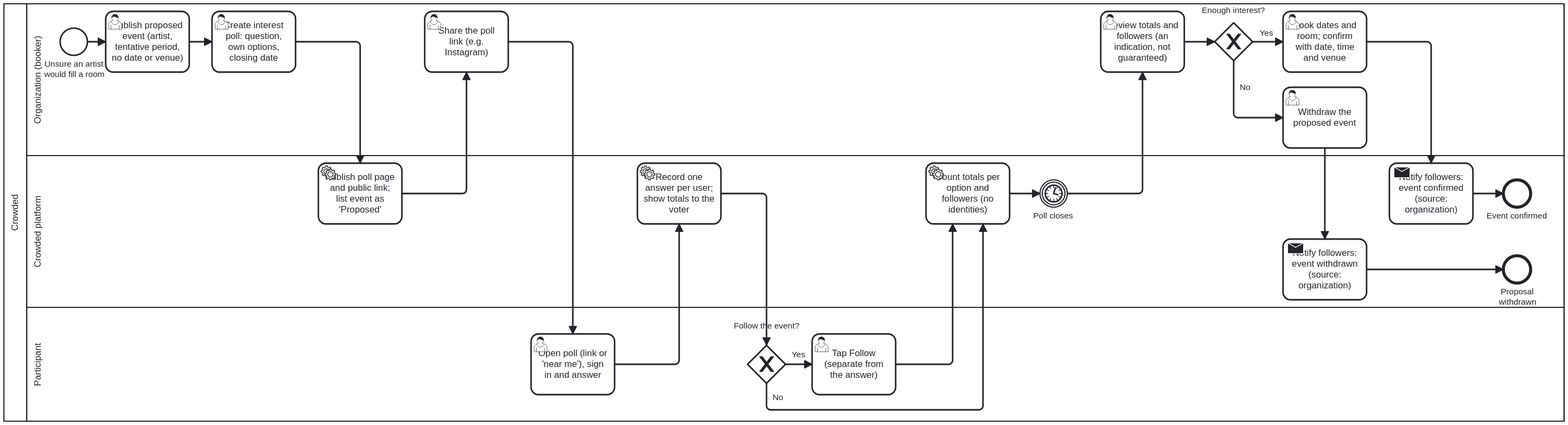
Earlier version of the BPMN export docs/deliverables/images/workflow-3a-organization-before-event.svg (andrereis26/crowded-labdsof). Its source is kept beside it as docs/deliverables/bpmn/workflow-3a-organization-before-event.bpmn. Ids are renumbered.
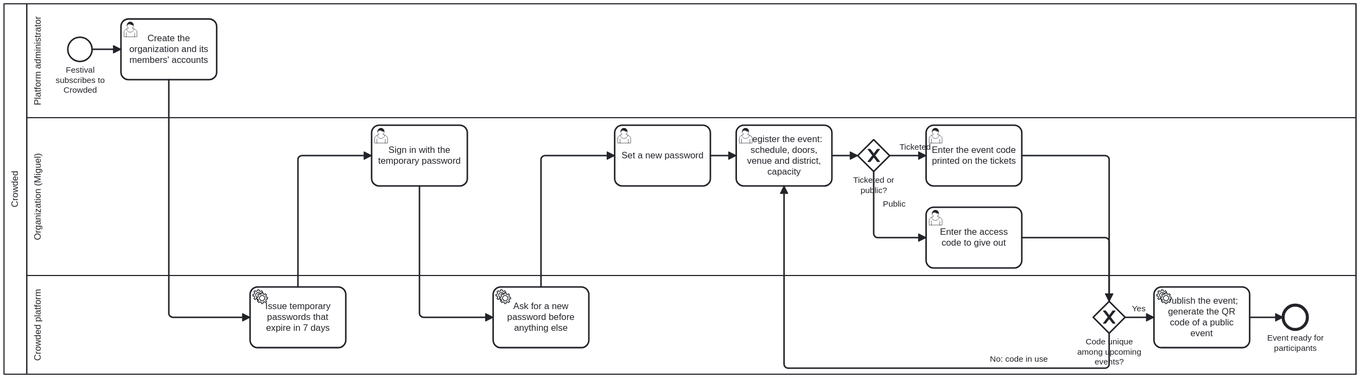
After the change.

What changed in the source:
```diff
@@ -1,176 +1,131 @@
 <bpmn:definitions xmlns:bpmn="http://www.omg.org/spec/BPMN/20100524/MODEL" xmlns:bpmndi="http://www.omg.org/spec/BPMN/20100524/DI" xmlns:dc="http://www.omg.org/spec/DD/20100524/DC" xmlns:di="http://www.omg.org/spec/DD/20100524/DI" xmlns:bioc="http://bpmn.io/schema/bpmn/biocolor/1.0" xmlns:color="http://www.omg.org/spec/BPMN/non-normative/color/1.0" id="Defs_workflow_3a_organization_before_event" targetNamespace="https://crowded.example/bpmn" exporter="crowded-labdsof" exporterVersion="1.0">
   <bpmn:collaboration id="Collab">
-    <bpmn:participant id="Pool_crowded" name="Crowded" processRef="Proc_crowded" />
+    <bpmn:participant id="Pool_crowded" name="Crowded" processRef="Proc_Pool_crowded" />
   </bpmn:collaboration>
-  <bpmn:process id="Proc_crowded" isExecutable="false">
-    <bpmn:laneSet id="LaneSet_Proc_crowded">
-      <bpmn:lane id="Lane_O" name="Organization (booker)">
+  <bpmn:process id="Proc_Pool_crowded" isExecutable="false">
+    <bpmn:laneSet id="LaneSet_Pool_crowded">
+      <bpmn:lane id="Lane_A" name="Platform administrator">
         <bpmn:flowNodeRef>s</bpmn:flowNodeRef>
-        <bpmn:flowNodeRef>t1</bpmn:flowNodeRef>
-        <bpmn:flowNodeRef>t2</bpmn:flowNodeRef>
-        <bpmn:flowNodeRef>t3</bpmn:flowNodeRef>
-        <bpmn:flowNodeRef>t4</bpmn:flowNodeRef>
-        <bpmn:flowNodeRef>gO</bpmn:flowNodeRef>
-        <bpmn:flowNodeRef>t5</bpmn:flowNodeRef>
-        <bpmn:flowNodeRef>t6</bpmn:flowNodeRef>
+        <bpmn:flowNodeRef>a1</bpmn:flowNodeRef>
+      </bpmn:lane>
+      <bpmn:lane id="Lane_O" name="Organization (Miguel)">
+        <bpmn:flowNodeRef>o1</bpmn:flowNodeRef>
+        <bpmn:flowNodeRef>o2</bpmn:flowNodeRef>
+        <bpmn:flowNodeRef>o3</bpmn:flowNodeRef>
+        <bpmn:flowNodeRef>gT</bpmn:flowNodeRef>
+        <bpmn:flowNodeRef>o4</bpmn:flowNodeRef>
+        <bpmn:flowNodeRef>o5</bpmn:flowNodeRef>
       </bpmn:lane>
       <bpmn:lane id="Lane_C" name="Crowded platform">
         <bpmn:flowNodeRef>c1</bpmn:flowNodeRef>
         <bpmn:flowNodeRef>c2</bpmn:flowNodeRef>
         <bpmn:flowNodeRef>c3</bpmn:flowNodeRef>
-        <bpmn:flowNodeRef>ti</bpmn:flowNodeRef>
         <bpmn:flowNodeRef>c4</bpmn:flowNodeRef>
-        <bpmn:flowNodeRef>c5</bpmn:flowNodeRef>
-        <bpmn:flowNodeRef>e1</bpmn:flowNodeRef>
-        <bpmn:flowNodeRef>e2</bpmn:flowNodeRef>
-      </bpmn:lane>
-      <bpmn:lane id="Lane_P" name="Participant">
-        <bpmn:flowNodeRef>p1</bpmn:flowNodeRef>
-        <bpmn:flowNodeRef>gP</bpmn:flowNodeRef>
-        <bpmn:flowNodeRef>p3</bpmn:flowNodeRef>
+        <bpmn:flowNodeRef>e</bpmn:flowNodeRef>
       </bpmn:lane>
     </bpmn:laneSet>
-    <bpmn:startEvent id="s" name="Unsure an artist would fill a room">
+    <bpmn:startEvent id="s" name="Festival subscribes to Crowded">
       <bpmn:outgoing>Flow_1</bpmn:outgoing>
     </bpmn:startEvent>
-    <bpmn:userTask id="t1" name="Publish proposed event (artist, tentative period, no date or venue)">
+    <bpmn:userTask id="a1" name="Create the organization and its members' accounts">
       <bpmn:incoming>Flow_1</bpmn:incoming>
       <bpmn:outgoing>Flow_2</bpmn:outgoing>
     </bpmn:userTask>
-    <bpmn:userTask id="t2" name="Create interest poll: question, own options, closing date">
+    <bpmn:serviceTask id="c1" name="Issue temporary passwords that expire in 7 days">
       <bpmn:incoming>Flow_2</bpmn:incoming>
       <bpmn:outgoing>Flow_3</bpmn:outgoing>
-    </bpmn:userTask>
-    <bpmn:serviceTask id="c1" name="Publish poll page and public link; list event as &#x27;Proposed&#x27;">
+    </bpmn:serviceTask>
+    <bpmn:userTask id="o1" name="Sign in with the temporary password">
       <bpmn:incoming>Flow_3</bpmn:incoming>
       <bpmn:outgoing>Flow_4</bpmn:outgoing>
-    </bpmn:serviceTask>
-    <bpmn:userTask id="t3" name="Share the poll link (e.g. Instagram)">
+    </bpmn:userTask>
+    <bpmn:serviceTask id="c2" name="Ask for a new password before anything else">
       <bpmn:incoming>Flow_4</bpmn:incoming>
       <bpmn:outgoing>Flow_5</bpmn:outgoing>
-    </bpmn:userTask>
-    <bpmn:userTask id="p1" name="Open poll (link or &#x27;near me&#x27;), sign in and answer">
+    </bpmn:serviceTask>
+    <bpmn:userTask id="o2" name="Set a new password">
       <bpmn:incoming>Flow_5</bpmn:incoming>
       <bpmn:outgoing>Flow_6</bpmn:outgoing>
     </bpmn:userTask>
-    <bpmn:serviceTask id="c2" name="Record one answer per user; show totals to the voter">
+    <bpmn:userTask id="o3" name="Register the event: schedule, doors, venue and district, capacity">
       <bpmn:incoming>Flow_6</bpmn:incoming>
+      <bpmn:incoming>Flow_13</bpmn:incoming>
       <bpmn:outgoing>Flow_7</bpmn:outgoing>
-    </bpmn:serviceTask>
-    <bpmn:exclusiveGateway id="gP" name="Follow the event?">
+    </bpmn:userTask>
+    <bpmn:exclusiveGateway id="gT" name="Ticketed or public?">
       <bpmn:incoming>Flow_7</bpmn:incoming>
       <bpmn:outgoing>Flow_8</bpmn:outgoing>
       <bpmn:outgoing>Flow_9</bpmn:outgoing>
     </bpmn:exclusiveGateway>
-    <bpmn:userTask id="p3" name="Tap Follow (separate from the answer)">
+    <bpmn:userTask id="o4" name="Enter the event code printed on the tickets">
       <bpmn:incoming>Flow_8</bpmn:incoming>
       <bpmn:outgoing>Flow_10</bpmn:outgoing>
     </bpmn:userTask>
-    <bpmn:serviceTask id="c3" name="Count totals per option and followers (no identities)">
+    <bpmn:userTask id="o5" name="Enter the access code to give out">
       <bpmn:incoming>Flow_9</bpmn:incoming>
+      <bpmn:outgoing>Flow_11</bpmn:outgoing>
+    </bpmn:userTask>
+    <bpmn:exclusiveGateway id="c3" name="Code unique among upcoming events?">
       <bpmn:incoming>Flow_10</bpmn:incoming>
-      <bpmn:outgoing>Flow_11</bpmn:outgoing>
-    </bpmn:serviceTask>
-    <bpmn:intermediateCatchEvent id="ti" name="Poll closes">
       <bpmn:incoming>Flow_11</bpmn:incoming>
       <bpmn:outgoing>Flow_12</bpmn:outgoing>
-      <bpmn:timerEventDefinition id="ti_timer" />
-    </bpmn:intermediateCatchEvent>
-    <bpmn:userTask id="t4" name="Review totals and followers (an indication, not guaranteed)">
+      <bpmn:outgoing>Flow_13</bpmn:outgoing>
+    </bpmn:exclusiveGateway>
+    <bpmn:serviceTask id="c4" name="Publish the event; generate the QR code of a public event">
       <bpmn:incoming>Flow_12</bpmn:incoming>
-      <bpmn:outgoing>Flow_13</bpmn:outgoing>
-    </bpmn:userTask>
-    <bpmn:exclusiveGateway id="gO" name="Enough interest?">
-      <bpmn:incoming>Flow_13</bpmn:incoming>
       <bpmn:outgoing>Flow_14</bpmn:outgoing>
-      <bpmn:outgoing>Flow_15</bpmn:outgoing>
-    </bpmn:exclusiveGateway>
-    <bpmn:userTask id="t5" name="Book dates and room; confirm with date, time and venue">
+    </bpmn:serviceTask>
+    <bpmn:endEvent id="e" name="Event ready for participants">
       <bpmn:incoming>Flow_14</bpmn:incoming>
-      <bpmn:outgoing>Flow_16</bpmn:outgoing>
-    </bpmn:userTask>
-    <bpmn:userTask id="t6" name="Withdraw the proposed event">
-      <bpmn:incoming>Flow_15</bpmn:incoming>
-      <bpmn:outgoing>Flow_17</bpmn:outgoing>
-    </bpmn:userTask>
-    <bpmn:sendTask id="c4" name="Notify followers: event confirmed (source: organization)">
-      <bpmn:incoming>Flow_16</bpmn:incoming>
-      <bpmn:outgoing>Flow_18</bpmn:outgoing>
-    </bpmn:sendTask>
-    <bpmn:sendTask id="c5" name="Notify followers: event withdrawn (source: organization)">
-      <bpmn:incoming>Flow_17</bpmn:incoming>
-      <bpmn:outgoing>Flow_19</bpmn:outgoing>
-    </bpmn:sendTask>
-    <bpmn:endEvent id="e1" name="Event confirmed">
-      <bpmn:incoming>Flow_18</bpmn:incoming>
     </bpmn:endEvent>
-    <bpmn:endEvent id="e2" name="Proposal withdrawn">
-      <bpmn:incoming>Flow_19</bpmn:incoming>
-    </bpmn:endEvent>
-    <bpmn:sequenceFlow id="Flow_1" sourceRef="s" targetRef="t1" />
-    <bpmn:sequenceFlow id="Flow_2" sourceRef="t1" targetRef="t2" />
-    <bpmn:sequenceFlow id="Flow_3" sourceRef="t2" targetRef="c1" />
-    <bpmn:sequenceFlow id="Flow_4" sourceRef="c1" targetRef="t3" />
-    <bpmn:sequenceFlow id="Flow_5" sourceRef="t3" targetRef="p1" />
-    <bpmn:sequenceFlow id="Flow_6" sourceRef="p1" targetRef="c2" />
-    <bpmn:sequenceFlow id="Flow_7" sourceRef="c2" targetRef="gP" />
-    <bpmn:sequenceFlow id="Flow_8" name="Yes" sourceRef="gP" targetRef="p3" />
-    <bpmn:sequenceFlow id="Flow_9" name="No" sourceRef="gP" targetRef="c3" />
-    <bpmn:sequenceFlow id="Flow_10" sourceRef="p3" targetRef="c3" />
-    <bpmn:sequenceFlow id="Flow_11" sourceRef="c3" targetRef="ti" />
-    <bpmn:sequenceFlow id="Flow_12" sourceRef="ti" targetRef="t4" />
-    <bpmn:sequenceFlow id="Flow_13" sourceRef="t4" targetRef="gO" />
-    <bpmn:sequenceFlow id="Flow_14" name="Yes" sourceRef="gO" targetRef="t5" />
-    <bpmn:sequenceFlow id="Flow_15" name="No" sourceRef="gO" targetRef="t6" />
-    <bpmn:sequenceFlow id="Flow_16" sourceRef="t5" targetRef="c4" />
-    <bpmn:sequenceFlow id="Flow_17" sourceRef="t6" targetRef="c5" />
-    <bpmn:sequenceFlow id="Flow_18" sourceRef="c4" targetRef="e1" />
-    <bpmn:sequenceFlow id="Flow_19" sourceRef="c5" targetRef="e2" />
+    <bpmn:sequenceFlow id="Flow_1" sourceRef="s" targetRef="a1" />
+    <bpmn:sequenceFlow id="Flow_2" sourceRef="a1" targetRef="c1" />
+    <bpmn:sequenceFlow id="Flow_3" sourceRef="c1" targetRef="o1" />
+    <bpmn:sequenceFlow id="Flow_4" sourceRef="o1" targetRef="c2" />
+    <bpmn:sequenceFlow id="Flow_5" sourceRef="c2" targetRef="o2" />
+    <bpmn:sequenceFlow id="Flow_6" sourceRef="o2" targetRef="o3" />
+    <bpmn:sequenceFlow id="Flow_7" sourceRef="o3" targetRef="gT" />
+    <bpmn:sequenceFlow id="Flow_8" name="Ticketed" sourceRef="gT" targetRef="o4" />
+    <bpmn:sequenceFlow id="Flow_9" name="Public" sourceRef="gT" targetRef="o5" />
+    <bpmn:sequenceFlow id="Flow_10" sourceRef="o4" targetRef="c3" />
+    <bpmn:sequenceFlow id="Flow_11" sourceRef="o5" targetRef="c3" />
+    <bpmn:sequenceFlow id="Flow_12" name="Yes" sourceRef="c3" targetRef="c4" />
+    <bpmn:sequenceFlow id="Flow_13" name="No: code in use" sourceRef="c3" targetRef="o3" />
+    <bpmn:sequenceFlow id="Flow_14" sourceRef="c4" targetRef="e" />
   </bpmn:process>
   <bpmndi:BPMNDiagram id="Diagram">
     <bpmndi:BPMNPlane id="Plane" bpmnElement="Collab">
-      <bpmndi:BPMNShape id="Pool_crowded_di" bpmnElement="Pool_crowded" isHorizontal="true"><dc:Bounds x="16" y="16" width="2054" height="550" /></bpmndi:BPMNShape>
-      <bpmndi:BPMNShape id="Lane_O_di" bpmnElement="Lane_O" isHorizontal="true"><dc:Bounds x="46" y="16" width="2024" height="200" /></bpmndi:BPMNShape>
-      <bpmndi:BPMNShape id="Lane_C_di" bpmnElement="Lane_C" isHorizontal="true"><dc:Bounds x="46" y="216" width="2024" height="200" /></bpmndi:BPMNShape>
-      <bpmndi:BPMNShape id="Lane_P_di" bpmnElement="Lane_P" isHorizontal="true"><dc:Bounds x="46" y="416" width="2024" height="150" /></bpmndi:BPMNShape>
-      <bpmndi:BPMNShape id="s_di" bpmnElement="s"><dc:Bounds x="90" y="48" width="36" height="36" /><bpmndi:BPMNLabel><dc:Bounds x="63" y="89" width="90" height="27" /></bpmndi:BPMNLabel></bpmndi:BPMNShape>
-      <bpmndi:BPMNShape id="t1_di" bpmnElement="t1"><dc:Bounds x="150" y="26" width="110" height="80" /></bpmndi:BPMNShape>
-      <bpmndi:BPMNShape id="t2_di" bpmnElement="t2"><dc:Bounds x="290" y="26" width="110" height="80" /></bpmndi:BPMNShape>
-      <bpmndi:BPMNShape id="c1_di" bpmnElement="c1"><dc:Bounds x="430" y="226" width="110" height="80" /></bpmndi:BPMNShape>
-      <bpmndi:BPMNShape id="t3_di" bpmnElement="t3"><dc:Bounds x="570" y="26" width="110" height="80" /></bpmndi:BPMNShape>
-      <bpmndi:BPMNShape id="p1_di" bpmnElement="p1"><dc:Bounds x="710" y="451" width="110" height="80" /></bpmndi:BPMNShape>
-      <bpmndi:BPMNShape id="c2_di" bpmnElement="c2"><dc:Bounds x="850" y="226" width="110" height="80" /></bpmndi:BPMNShape>
-      <bpmndi:BPMNShape id="gP_di" bpmnElement="gP" isMarkerVisible="true"><dc:Bounds x="995" y="466" width="50" height="50" /><bpmndi:BPMNLabel><dc:Bounds x="960" y="434" width="120" height="27" /></bpmndi:BPMNLabel></bpmndi:BPMNShape>
-      <bpmndi:BPMNShape id="p3_di" bpmnElement="p3"><dc:Bounds x="1080" y="451" width="110" height="80" /></bpmndi:BPMNShape>
-      <bpmndi:BPMNShape id="c3_di" bpmnElement="c3"><dc:Bounds x="1230" y="226" width="110" height="80" /></bpmndi:BPMNShape>
-      <bpmndi:BPMNShape id="ti_di" bpmnElement="ti"><dc:Bounds x="1380" y="248" width="36" height="36" /><bpmndi:BPMNLabel><dc:Bounds x="1353" y="289" width="90" height="27" /></bpmndi:BPMNLabel></bpmndi:BPMNShape>
-      <bpmndi:BPMNShape id="t4_di" bpmnElement="t4"><dc:Bounds x="1460" y="26" width="110" height="80" /></bpmndi:BPMNShape>
-      <bpmndi:BPMNShape id="gO_di" bpmnElement="gO" isMarkerVisible="true"><dc:Bounds x="1610" y="41" width="50" height="50" /><bpmndi:BPMNLabel><dc:Bounds x="1575" y="18" width="120" height="27" /></bpmndi:BPMNLabel></bpmndi:BPMNShape>
-      <bpmndi:BPMNShape id="t5_di" bpmnElement="t5"><dc:Bounds x="1700" y="26" width="110" height="80" /></bpmndi:BPMNShape>
-      <bpmndi:BPMNShape id="t6_di" bpmnElement="t6"><dc:Bounds x="1700" y="126" width="110" height="80" /></bpmndi:BPMNShape>
-      <bpmndi:BPMNShape id="c4_di" bpmnElement="c4"><dc:Bounds x="1840" y="226" width="110" height="80" /></bpmndi:BPMNShape>
-      <bpmndi:BPMNShape id="c5_di" bpmnElement="c5"><dc:Bounds x="1700" y="326" width="110" height="80" /></bpmndi:BPMNShape>
-      <bpmndi:BPMNShape id="e1_di" bpmnElement="e1"><dc:Bounds x="1990" y="248" width="36" height="36" /><bpmndi:BPMNLabel><dc:Bounds x="1963" y="289" width="90" height="27" /></bpmndi:BPMNLabel></bpmndi:BPMNShape>
-      <bpmndi:BPMNShape id="e2_di" bpmnElement="e2"><dc:Bounds x="1990" y="348" width="36" height="36" /><bpmndi:BPMNLabel><dc:Bounds x="1963" y="389" width="90" height="27" /></bpmndi:BPMNLabel></bpmndi:BPMNShape>
-      <bpmndi:BPMNEdge id="Flow_1_di" bpmnElement="Flow_1"><di:waypoint x="126" y="66" /><di:waypoint x="150" y="66" /></bpmndi:BPMNEdge>
-      <bpmndi:BPMNEdge id="Flow_2_di" bpmnElement="Flow_2"><di:waypoint x="260" y="66" /><di:waypoint x="290" y="66" /></bpmndi:BPMNEdge>
-      <bpmndi:BPMNEdge id="Flow_3_di" bpmnElement="Flow_3"><di:waypoint x="400" y="66" /><di:waypoint x="485" y="66" /><di:waypoint x="485" y="226" /></bpmndi:BPMNEdge>
-      <bpmndi:BPMNEdge id="Flow_4_di" bpmnElement="Flow_4"><di:waypoint x="540" y="266" /><di:waypoint x="625" y="266" /><di:waypoint x="625" y="106" /></bpmndi:BPMNEdge>
-      <bpmndi:BPMNEdge id="Flow_5_di" bpmnElement="Flow_5"><di:waypoint x="680" y="66" /><di:waypoint x="765" y="66" /><di:waypoint x="765" y="451" /></bpmndi:BPMNEdge>
-      <bpmndi:BPMNEdge id="Flow_6_di" bpmnElement="Flow_6"><di:waypoint x="820" y="491" /><di:waypoint x="905" y="491" /><di:waypoint x="905" y="306" /></bpmndi:BPMNEdge>
-      <bpmndi:BPMNEdge id="Flow_7_di" bpmnElement="Flow_7"><di:waypoint x="960" y="266" /><di:waypoint x="1020" y="266" /><di:waypoint x="1020" y="466" /></bpmndi:BPMNEdge>
-      <bpmndi:BPMNEdge id="Flow_8_di" bpmnElement="Flow_8"><di:waypoint x="1045" y="491" /><di:waypoint x="1080" y="491" /><bpmndi:BPMNLabel><dc:Bounds x="1050" y="472" width="24" height="14" /></bpmndi:BPMNLabel></bpmndi:BPMNEdge>
-      <bpmndi:BPMNEdge id="Flow_9_di" bpmnElement="Flow_9"><di:waypoint x="1020" y="516" /><di:waypoint x="1020" y="551" /><di:waypoint x="1305" y="551" /><di:waypoint x="1305" y="306" /><bpmndi:BPMNLabel><dc:Bounds x="1026" y="528" width="18" height="14" /></bpmndi:BPMNLabel></bpmndi:BPMNEdge>
-      <bpmndi:BPMNEdge id="Flow_10_di" bpmnElement="Flow_10"><di:waypoint x="1190" y="491" /><di:waypoint x="1265" y="491" /><di:waypoint x="1265" y="306" /></bpmndi:BPMNEdge>
-      <bpmndi:BPMNEdge id="Flow_11_di" bpmnElement="Flow_11"><di:waypoint x="1340" y="266" /><di:waypoint x="1380" y="266" /></bpmndi:BPMNEdge>
-      <bpmndi:BPMNEdge id="Flow_12_di" bpmnElement="Flow_12"><di:waypoint x="1416" y="266" /><di:waypoint x="1515" y="266" /><di:waypoint x="1515" y="106" /></bpmndi:BPMNEdge>
-      <bpmndi:BPMNEdge id="Flow_13_di" bpmnElement="Flow_13"><di:waypoint x="1570" y="66" /><di:waypoint x="1610" y="66" /></bpmndi:BPMNEdge>
-      <bpmndi:BPMNEdge id="Flow_14_di" bpmnElement="Flow_14"><di:waypoint x="1660" y="66" /><di:waypoint x="1700" y="66" /><bpmndi:BPMNLabel><dc:Bounds x="1666" y="48" width="24" height="14" /></bpmndi:BPMNLabel></bpmndi:BPMNEdge>
-      <bpmndi:BPMNEdge id="Flow_15_di" bpmnElement="Flow_15"><di:waypoint x="1635" y="91" /><di:waypoint x="1635" y="166" /><di:waypoint x="1700" y="166" /><bpmndi:BPMNLabel><dc:Bounds x="1641" y="120" width="18" height="14" /></bpmndi:BPMNLabel></bpmndi:BPMNEdge>
-      <bpmndi:BPMNEdge id="Flow_16_di" bpmnElement="Flow_16"><di:waypoint x="1810" y="66" /><di:waypoint x="1895" y="66" /><di:waypoint x="1895" y="226" /></bpmndi:BPMNEdge>
-      <bpmndi:BPMNEdge id="Flow_17_di" bpmnElement="Flow_17"><di:waypoint x="1755" y="206" /><di:waypoint x="1755" y="326" /></bpmndi:BPMNEdge>
-      <bpmndi:BPMNEdge id="Flow_18_di" bpmnElement="Flow_18"><di:waypoint x="1950" y="266" /><di:waypoint x="1990" y="266" /></bpmndi:BPMNEdge>
-      <bpmndi:BPMNEdge id="Flow_19_di" bpmnElement="Flow_19"><di:waypoint x="1810" y="366" /><di:waypoint x="1990" y="366" /></bpmndi:BPMNEdge>
+      <bpmndi:BPMNShape id="Pool_crowded_di" bpmnElement="Pool_crowded" isHorizontal="true"><dc:Bounds x="16" y="16" width="1780" height="488" /></bpmndi:BPMNShape>
+      <bpmndi:BPMNShape id="Lane_A_di" bpmnElement="Lane_A" isHorizontal="true"><dc:Bounds x="46" y="16" width="1750" height="150" /></bpmndi:BPMNShape>
+      <bpmndi:BPMNShape id="Lane_O_di" bpmnElement="Lane_O" isHorizontal="true"><dc:Bounds x="46" y="166" width="1750" height="208" /></bpmndi:BPMNShape>
+      <bpmndi:BPMNShape id="Lane_C_di" bpmnElement="Lane_C" isHorizontal="true"><dc:Bounds x="46" y="374" width="1750" height="130" /></bpmndi:BPMNShape>
+      <bpmndi:BPMNShape id="s_di" bpmnElement="s"><dc:Bounds x="100" y="60" width="32" height="32" /><bpmndi:BPMNLabel><dc:Bounds x="51" y="97" width="130" height="40" /></bpmndi:BPMNLabel></bpmndi:BPMNShape>
+      <bpmndi:BPMNShape id="a1_di" bpmnElement="a1"><dc:Bounds x="170" y="36" width="126" height="80" /></bpmndi:BPMNShape>
+      <bpmndi:BPMNShape id="c1_di" bpmnElement="c1"><dc:Bounds x="340" y="389" width="126" height="80" /></bpmndi:BPMNShape>
+      <bpmndi:BPMNShape id="o1_di" bpmnElement="o1"><dc:Bounds x="500" y="176" width="126" height="80" /></bpmndi:BPMNShape>
+      <bpmndi:BPMNShape id="c2_di" bpmnElement="c2"><dc:Bounds x="660" y="389" width="126" height="80" /></bpmndi:BPMNShape>
+      <bpmndi:BPMNShape id="o2_di" bpmnElement="o2"><dc:Bounds x="820" y="176" width="126" height="80" /></bpmndi:BPMNShape>
+      <bpmndi:BPMNShape id="o3_di" bpmnElement="o3"><dc:Bounds x="980" y="176" width="126" height="80" /></bpmndi:BPMNShape>
+      <bpmndi:BPMNShape id="gT_di" bpmnElement="gT" isMarkerVisible="true"><dc:Bounds x="1140" y="195" width="42" height="42" /><bpmndi:BPMNLabel><dc:Bounds x="1096" y="242" width="130" height="40" /></bpmndi:BPMNLabel></bpmndi:BPMNShape>
+      <bpmndi:BPMNShape id="o4_di" bpmnElement="o4"><dc:Bounds x="1230" y="176" width="126" height="80" /></bpmndi:BPMNShape>
+      <bpmndi:BPMNShape id="o5_di" bpmnElement="o5"><dc:Bounds x="1230" y="284" width="126" height="80" /></bpmndi:BPMNShape>
+      <bpmndi:BPMNShape id="c3_di" bpmnElement="c3" isMarkerVisible="true"><dc:Bounds x="1450" y="408" width="42" height="42" /><bpmndi:BPMNLabel><dc:Bounds x="1406" y="455" width="130" height="40" /></bpmndi:BPMNLabel></bpmndi:BPMNShape>
+      <bpmndi:BPMNShape id="c4_di" bpmnElement="c4"><dc:Bounds x="1530" y="389" width="126" height="80" /></bpmndi:BPMNShape>
+      <bpmndi:BPMNShape id="e_di" bpmnElement="e"><dc:Bounds x="1700" y="413" width="32" height="32" /><bpmndi:BPMNLabel><dc:Bounds x="1651" y="450" width="130" height="40" /></bpmndi:BPMNLabel></bpmndi:BPMNShape>
+      <bpmndi:BPMNEdge id="Flow_1_di" bpmnElement="Flow_1"><di:waypoint x="132" y="76" /><di:waypoint x="170" y="76" /></bpmndi:BPMNEdge>
+      <bpmndi:BPMNEdge id="Flow_2_di" bpmnElement="Flow_2"><di:waypoint x="233" y="116" /><di:waypoint x="233" y="429" /><di:waypoint x="340" y="429" /></bpmndi:BPMNEdge>
+      <bpmndi:BPMNEdge id="Flow_3_di" bpmnElement="Flow_3"><di:waypoint x="403" y="389" /><di:waypoint x="403" y="216" /><di:waypoint x="500" y="216" /></bpmndi:BPMNEdge>
+      <bpmndi:BPMNEdge id="Flow_4_di" bpmnElement="Flow_4"><di:waypoint x="563" y="256" /><di:waypoint x="563" y="429" /><di:waypoint x="660" y="429" /></bpmndi:BPMNEdge>
+      <bpmndi:BPMNEdge id="Flow_5_di" bpmnElement="Flow_5"><di:waypoint x="723" y="389" /><di:waypoint x="723" y="216" /><di:waypoint x="820" y="216" /></bpmndi:BPMNEdge>
+      <bpmndi:BPMNEdge id="Flow_6_di" bpmnElement="Flow_6"><di:waypoint x="946" y="216" /><di:waypoint x="980" y="216" /></bpmndi:BPMNEdge>
+      <bpmndi:BPMNEdge id="Flow_7_di" bpmnElement="Flow_7"><di:waypoint x="1106" y="216" /><di:waypoint x="1140" y="216" /></bpmndi:BPMNEdge>
+      <bpmndi:BPMNEdge id="Flow_8_di" bpmnElement="Flow_8"><di:waypoint x="1182" y="216" /><di:waypoint x="1230" y="216" /><bpmndi:BPMNLabel><dc:Bounds x="1188" y="198" width="56" height="14" /></bpmndi:BPMNLabel></bpmndi:BPMNEdge>
+      <bpmndi:BPMNEdge id="Flow_9_di" bpmnElement="Flow_9"><di:waypoint x="1161" y="237" /><di:waypoint x="1161" y="324" /><di:waypoint x="1230" y="324" /><bpmndi:BPMNLabel><dc:Bounds x="1167" y="273" width="42" height="14" /></bpmndi:BPMNLabel></bpmndi:BPMNEdge>
+      <bpmndi:BPMNEdge id="Flow_10_di" bpmnElement="Flow_10"><di:waypoint x="1356" y="216" /><di:waypoint x="1471" y="216" /><di:waypoint x="1471" y="408" /></bpmndi:BPMNEdge>
+      <bpmndi:BPMNEdge id="Flow_11_di" bpmnElement="Flow_11"><di:waypoint x="1356" y="324" /><di:waypoint x="1471" y="324" /><di:waypoint x="1471" y="408" /></bpmndi:BPMNEdge>
+      <bpmndi:BPMNEdge id="Flow_12_di" bpmnElement="Flow_12"><di:waypoint x="1492" y="429" /><di:waypoint x="1530" y="429" /><bpmndi:BPMNLabel><dc:Bounds x="1498" y="411" width="24" height="14" /></bpmndi:BPMNLabel></bpmndi:BPMNEdge>
+      <bpmndi:BPMNEdge id="Flow_13_di" bpmnElement="Flow_13"><di:waypoint x="1471" y="450" /><di:waypoint x="1471" y="496" /><di:waypoint x="1043" y="496" /><di:waypoint x="1043" y="256" /><bpmndi:BPMNLabel><dc:Bounds x="1300" y="478" width="105" height="14" /></bpmndi:BPMNLabel></bpmndi:BPMNEdge>
+      <bpmndi:BPMNEdge id="Flow_14_di" bpmnElement="Flow_14"><di:waypoint x="1656" y="429" /><di:waypoint x="1700" y="429" /></bpmndi:BPMNEdge>
     </bpmndi:BPMNPlane>
   </bpmndi:BPMNDiagram>
 </bpmn:definitions>
```
